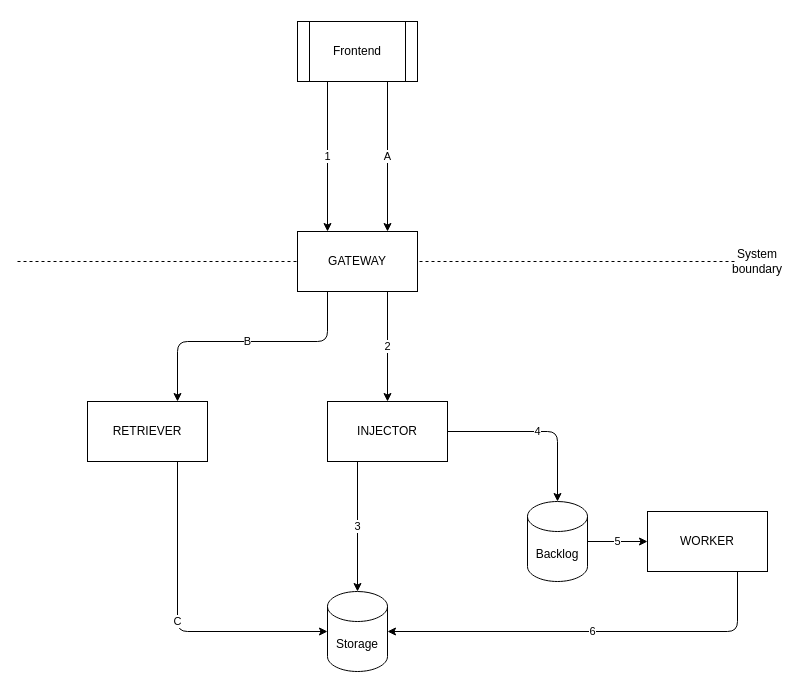
Earlier version of the draw.io diagram Architecture.drawio (mes1234/Organizer). Source tidied: cells renumbered, new cells numbered last; positions are measured from the earlier drawing's top-left corner, leaving out a move shared by most shapes. Both pictures are drawn from the tidied source at 100%, with x=0, y=0 at pixel (17, 21).
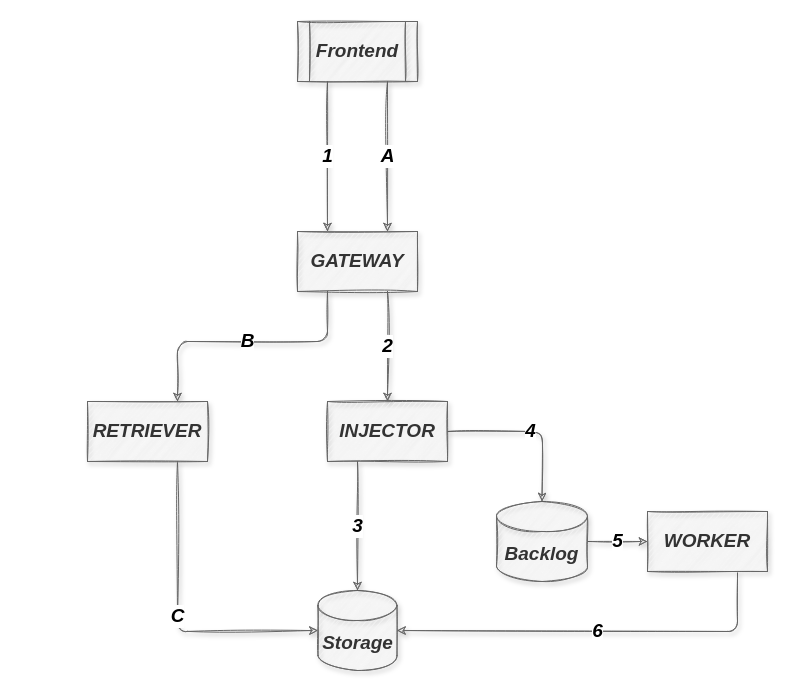
The same diagram, later.

Diff of the diagram source:
```diff
@@
-<mxGraphModel>
+<mxGraphModel background="#FFFFFF">
@@
-    <mxCell id="2" style="endArrow=none;dashed=1;html=1;" parent="1" edge="1" target="3">
-      <mxGeometry relative="1" as="geometry">
-        <mxPoint y="240" as="sourcePoint" />
-      </mxGeometry>
-    </mxCell>
-    <mxCell id="3" value="System boundary" style="text;html=1;strokeColor=none;fillColor=none;align=center;verticalAlign=middle;whiteSpace=wrap;rounded=0;" parent="1" vertex="1">
-      <mxGeometry x="720" y="230" width="40" height="20" as="geometry" />
-    </mxCell>
-    <mxCell id="4" value="1" style="edgeStyle=none;html=1;exitX=0.25;exitY=1;exitDx=0;exitDy=0;entryX=0.25;entryY=0;entryDx=0;entryDy=0;" parent="1" edge="1" source="6" target="12">
+    <mxCell id="4" value="1" style="edgeStyle=none;html=1;exitX=0.25;exitY=1;exitDx=0;exitDy=0;entryX=0.25;entryY=0;entryDx=0;entryDy=0;shadow=1;sketch=1;fontSize=19;fontColor=#000000;fillColor=#f5f5f5;strokeColor=#666666;fontStyle=3;labelBackgroundColor=#FFFFFF;" parent="1" edge="1" source="6" target="12">
       <mxGeometry relative="1" as="geometry" />
     </mxCell>
-    <mxCell id="5" value="A" style="edgeStyle=none;html=1;exitX=0.75;exitY=1;exitDx=0;exitDy=0;entryX=0.75;entryY=0;entryDx=0;entryDy=0;" parent="1" edge="1" source="6" target="12">
+    <mxCell id="5" value="A" style="edgeStyle=none;html=1;exitX=0.75;exitY=1;exitDx=0;exitDy=0;entryX=0.75;entryY=0;entryDx=0;entryDy=0;sketch=1;shadow=1;fontSize=19;fontColor=#000000;fillColor=#f5f5f5;strokeColor=#666666;fontStyle=3;labelBackgroundColor=#FFFFFF;" parent="1" edge="1" source="6" target="12">
       <mxGeometry relative="1" as="geometry" />
     </mxCell>
-    <mxCell id="6" value="Frontend" style="shape=process;whiteSpace=wrap;html=1;backgroundOutline=1;" parent="1" vertex="1">
+    <mxCell id="6" value="Frontend" style="shape=process;whiteSpace=wrap;html=1;backgroundOutline=1;shadow=1;sketch=1;labelBackgroundColor=none;fontSize=19;fontColor=#333333;fillColor=#f5f5f5;strokeColor=#666666;fontStyle=3;" parent="1" vertex="1">
       <mxGeometry x="280" width="120" height="60" as="geometry" />
     </mxCell>
-    <mxCell id="7" value="Storage" style="shape=cylinder3;whiteSpace=wrap;html=1;boundedLbl=1;backgroundOutline=1;size=15;" parent="1" vertex="1">
-      <mxGeometry x="310" y="570" width="60" height="80" as="geometry" />
+    <mxCell id="7" value="Storage" style="shape=cylinder3;whiteSpace=wrap;html=1;boundedLbl=1;backgroundOutline=1;size=15;shadow=1;sketch=1;labelBackgroundColor=none;fontSize=19;fontColor=#333333;fillColor=#f5f5f5;strokeColor=#666666;fontStyle=3;" parent="1" vertex="1">
+      <mxGeometry x="300.5" y="569" width="79" height="80" as="geometry" />
     </mxCell>
-    <mxCell id="8" value="5" style="edgeStyle=none;html=1;exitX=1;exitY=0.5;exitDx=0;exitDy=0;exitPerimeter=0;entryX=0;entryY=0.5;entryDx=0;entryDy=0;" parent="1" edge="1" source="9" target="19">
+    <mxCell id="8" value="5" style="edgeStyle=none;html=1;exitX=1;exitY=0.5;exitDx=0;exitDy=0;exitPerimeter=0;entryX=0;entryY=0.5;entryDx=0;entryDy=0;shadow=1;sketch=1;fontSize=19;fontColor=#000000;fillColor=#f5f5f5;strokeColor=#666666;fontStyle=3;labelBackgroundColor=#FFFFFF;" parent="1" edge="1" source="9" target="19">
       <mxGeometry relative="1" as="geometry" />
     </mxCell>
-    <mxCell id="9" value="Backlog" style="shape=cylinder3;whiteSpace=wrap;html=1;boundedLbl=1;backgroundOutline=1;size=15;" parent="1" vertex="1">
-      <mxGeometry x="510" y="480" width="60" height="80" as="geometry" />
+    <mxCell id="9" value="Backlog" style="shape=cylinder3;whiteSpace=wrap;html=1;boundedLbl=1;backgroundOutline=1;size=15;shadow=1;sketch=1;labelBackgroundColor=none;fontSize=19;fontColor=#333333;fillColor=#f5f5f5;strokeColor=#666666;fontStyle=3;" parent="1" vertex="1">
+      <mxGeometry x="479" y="480" width="91" height="80" as="geometry" />
     </mxCell>
-    <mxCell id="10" value="2" style="edgeStyle=none;html=1;exitX=0.75;exitY=1;exitDx=0;exitDy=0;entryX=0.5;entryY=0;entryDx=0;entryDy=0;" parent="1" edge="1" source="12" target="15">
+    <mxCell id="10" value="2" style="edgeStyle=none;html=1;exitX=0.75;exitY=1;exitDx=0;exitDy=0;entryX=0.5;entryY=0;entryDx=0;entryDy=0;shadow=1;sketch=1;fontSize=19;fontColor=#000000;fillColor=#f5f5f5;strokeColor=#666666;fontStyle=3;labelBackgroundColor=#FFFFFF;" parent="1" edge="1" source="12" target="15">
       <mxGeometry relative="1" as="geometry" />
     </mxCell>
-    <mxCell id="11" value="B" style="edgeStyle=none;html=1;exitX=0.25;exitY=1;exitDx=0;exitDy=0;entryX=0.75;entryY=0;entryDx=0;entryDy=0;" parent="1" edge="1" source="12" target="17">
+    <mxCell id="11" value="B" style="edgeStyle=none;html=1;exitX=0.25;exitY=1;exitDx=0;exitDy=0;entryX=0.75;entryY=0;entryDx=0;entryDy=0;shadow=1;sketch=1;fontSize=19;fontColor=#000000;fillColor=#f5f5f5;strokeColor=#666666;fontStyle=3;labelBackgroundColor=#FFFFFF;" parent="1" edge="1" source="12" target="17">
       <mxGeometry relative="1" as="geometry">
         <Array as="points">
           <mxPoint x="310" y="320" />
           <mxPoint x="160" y="320" />
         </Array>
       </mxGeometry>
     </mxCell>
-    <mxCell id="12" value="GATEWAY" style="rounded=0;whiteSpace=wrap;html=1;" parent="1" vertex="1">
+    <mxCell id="12" value="GATEWAY" style="rounded=0;whiteSpace=wrap;html=1;shadow=1;sketch=1;labelBackgroundColor=none;fontSize=19;fontColor=#333333;fillColor=#f5f5f5;strokeColor=#666666;fontStyle=3;" parent="1" vertex="1">
       <mxGeometry x="280" y="210" width="120" height="60" as="geometry" />
     </mxCell>
-    <mxCell id="13" value="3" style="edgeStyle=none;html=1;exitX=0.25;exitY=1;exitDx=0;exitDy=0;entryX=0.5;entryY=0;entryDx=0;entryDy=0;entryPerimeter=0;" parent="1" edge="1" source="15" target="7">
+    <mxCell id="13" value="3" style="edgeStyle=none;html=1;exitX=0.25;exitY=1;exitDx=0;exitDy=0;entryX=0.5;entryY=0;entryDx=0;entryDy=0;entryPerimeter=0;shadow=1;sketch=1;fontSize=19;fontColor=#000000;fillColor=#f5f5f5;strokeColor=#666666;fontStyle=3;labelBackgroundColor=#FFFFFF;" parent="1" edge="1" source="15" target="7">
       <mxGeometry relative="1" as="geometry" />
     </mxCell>
-    <mxCell id="14" value="4" style="edgeStyle=none;html=1;exitX=1;exitY=0.5;exitDx=0;exitDy=0;entryX=0.5;entryY=0;entryDx=0;entryDy=0;entryPerimeter=0;" parent="1" edge="1" source="15" target="9">
+    <mxCell id="14" value="4" style="edgeStyle=none;html=1;exitX=1;exitY=0.5;exitDx=0;exitDy=0;entryX=0.5;entryY=0;entryDx=0;entryDy=0;entryPerimeter=0;shadow=1;sketch=1;fontSize=19;fontColor=#000000;fillColor=#f5f5f5;strokeColor=#666666;fontStyle=3;labelBackgroundColor=#FFFFFF;" parent="1" edge="1" source="15" target="9">
       <mxGeometry relative="1" as="geometry">
         <Array as="points">
-          <mxPoint x="540" y="410" />
+          <mxPoint x="525" y="410" />
         </Array>
       </mxGeometry>
     </mxCell>
-    <mxCell id="15" value="INJECTOR" style="rounded=0;whiteSpace=wrap;html=1;" parent="1" vertex="1">
+    <mxCell id="15" value="INJECTOR" style="rounded=0;whiteSpace=wrap;html=1;shadow=1;sketch=1;labelBackgroundColor=none;fontSize=19;fontColor=#333333;fillColor=#f5f5f5;strokeColor=#666666;fontStyle=3;" parent="1" vertex="1">
       <mxGeometry x="310" y="380" width="120" height="60" as="geometry" />
     </mxCell>
-    <mxCell id="16" value="C" style="edgeStyle=none;html=1;exitX=0.75;exitY=1;exitDx=0;exitDy=0;entryX=0;entryY=0.5;entryDx=0;entryDy=0;entryPerimeter=0;" parent="1" edge="1" source="17" target="7">
+    <mxCell id="16" value="C" style="edgeStyle=none;html=1;exitX=0.75;exitY=1;exitDx=0;exitDy=0;entryX=0;entryY=0.5;entryDx=0;entryDy=0;entryPerimeter=0;shadow=1;sketch=1;fontSize=19;fontColor=#000000;fillColor=#f5f5f5;strokeColor=#666666;fontStyle=3;labelBackgroundColor=#FFFFFF;" parent="1" edge="1" source="17" target="7">
       <mxGeometry relative="1" as="geometry">
         <Array as="points">
           <mxPoint x="160" y="610" />
         </Array>
       </mxGeometry>
     </mxCell>
-    <mxCell id="17" value="RETRIEVER" style="rounded=0;whiteSpace=wrap;html=1;" parent="1" vertex="1">
+    <mxCell id="17" value="RETRIEVER" style="rounded=0;whiteSpace=wrap;html=1;shadow=1;sketch=1;labelBackgroundColor=none;fontSize=19;fontColor=#333333;fillColor=#f5f5f5;strokeColor=#666666;fontStyle=3;" parent="1" vertex="1">
       <mxGeometry x="70" y="380" width="120" height="60" as="geometry" />
     </mxCell>
-    <mxCell id="18" value="6" style="edgeStyle=none;html=1;exitX=0.75;exitY=1;exitDx=0;exitDy=0;entryX=1;entryY=0.5;entryDx=0;entryDy=0;entryPerimeter=0;" parent="1" edge="1" source="19" target="7">
+    <mxCell id="18" value="6" style="edgeStyle=none;html=1;exitX=0.75;exitY=1;exitDx=0;exitDy=0;entryX=1;entryY=0.5;entryDx=0;entryDy=0;entryPerimeter=0;shadow=1;sketch=1;fontSize=19;fontColor=#000000;fillColor=#f5f5f5;strokeColor=#666666;fontStyle=3;labelBackgroundColor=#FFFFFF;" parent="1" edge="1" source="19" target="7">
       <mxGeometry relative="1" as="geometry">
         <Array as="points">
           <mxPoint x="720" y="610" />
         </Array>
       </mxGeometry>
     </mxCell>
-    <mxCell id="19" value="WORKER" style="rounded=0;whiteSpace=wrap;html=1;" parent="1" vertex="1">
+    <mxCell id="19" value="WORKER" style="rounded=0;whiteSpace=wrap;html=1;shadow=1;sketch=1;labelBackgroundColor=none;fontSize=19;fontColor=#333333;fillColor=#f5f5f5;strokeColor=#666666;fontStyle=3;" parent="1" vertex="1">
       <mxGeometry x="630" y="490" width="120" height="60" as="geometry" />
     </mxCell>
```
